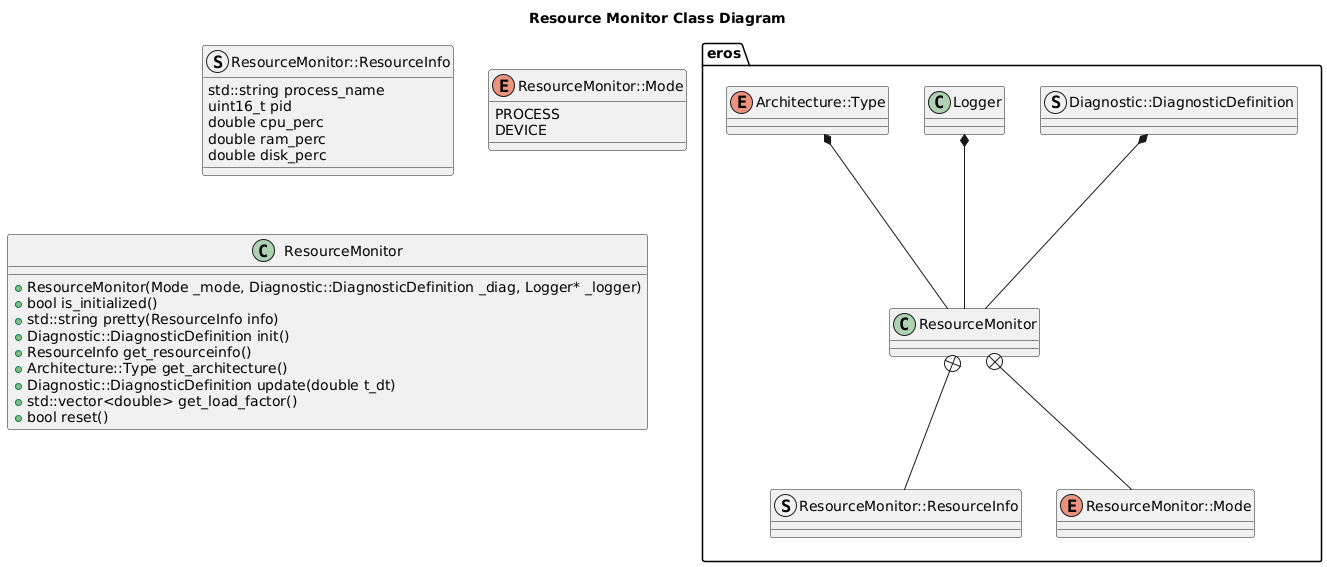
Before: include/eros/doc/output/ResourceMonitorClassDiagram.png, a diagram exported from PlantUML (dgitz/eros).
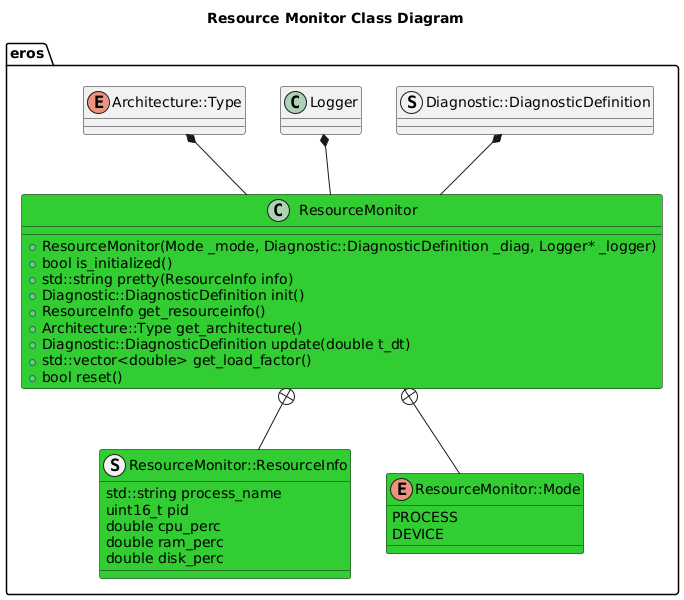
Above is the later version.

Diff of the diagram source:
```diff
@@ -1,44 +1,41 @@
 @startuml
 title Resource Monitor Class Diagram
 package eros {
-    together {
-        class ResourceMonitor
 
-        struct ResourceMonitor::ResourceInfo
-        enum ResourceMonitor::Mode
-    }
+    struct ResourceMonitor::ResourceInfo
+    enum ResourceMonitor::Mode
     together {
         struct Diagnostic::DiagnosticDefinition
         class Logger
         enum Architecture::Type
     }
-}
-ResourceMonitor +-- ResourceMonitor::ResourceInfo
-ResourceMonitor +-- ResourceMonitor::Mode
-Logger *-- ResourceMonitor
-Architecture::Type *-- ResourceMonitor
-Diagnostic::DiagnosticDefinition *-- ResourceMonitor
-struct ResourceMonitor::ResourceInfo {
-    std::string process_name
-    uint16_t pid
-    double cpu_perc
-    double ram_perc
-    double disk_perc
-}
-enum ResourceMonitor::Mode {
-    PROCESS
-    DEVICE
-}
-class ResourceMonitor {
-    +ResourceMonitor(Mode _mode, Diagnostic::DiagnosticDefinition _diag, Logger* _logger)
-    +bool is_initialized()
-    +std::string pretty(ResourceInfo info)
-    +Diagnostic::DiagnosticDefinition init()
-    +ResourceInfo get_resourceinfo()
-    +Architecture::Type get_architecture()
-    +Diagnostic::DiagnosticDefinition update(double t_dt)
-    +std::vector<double> get_load_factor()
-    +bool reset()
+    ResourceMonitor +-- ResourceMonitor::ResourceInfo
+    ResourceMonitor +-- ResourceMonitor::Mode
+    Logger *-- ResourceMonitor
+    Architecture::Type *-- ResourceMonitor
+    Diagnostic::DiagnosticDefinition *-- ResourceMonitor
+    struct ResourceMonitor::ResourceInfo #LimeGreen {
+        std::string process_name
+        uint16_t pid
+        double cpu_perc
+        double ram_perc
+        double disk_perc
+    }
+    enum ResourceMonitor::Mode #LimeGreen {
+        PROCESS
+        DEVICE
+    }
+    class ResourceMonitor #LimeGreen {
+        +ResourceMonitor(Mode _mode, Diagnostic::DiagnosticDefinition _diag, Logger* _logger)
+        +bool is_initialized()
+        +std::string pretty(ResourceInfo info)
+        +Diagnostic::DiagnosticDefinition init()
+        +ResourceInfo get_resourceinfo()
+        +Architecture::Type get_architecture()
+        +Diagnostic::DiagnosticDefinition update(double t_dt)
+        +std::vector<double> get_load_factor()
+        +bool reset()
 
+    }
 }
 @enduml
```
